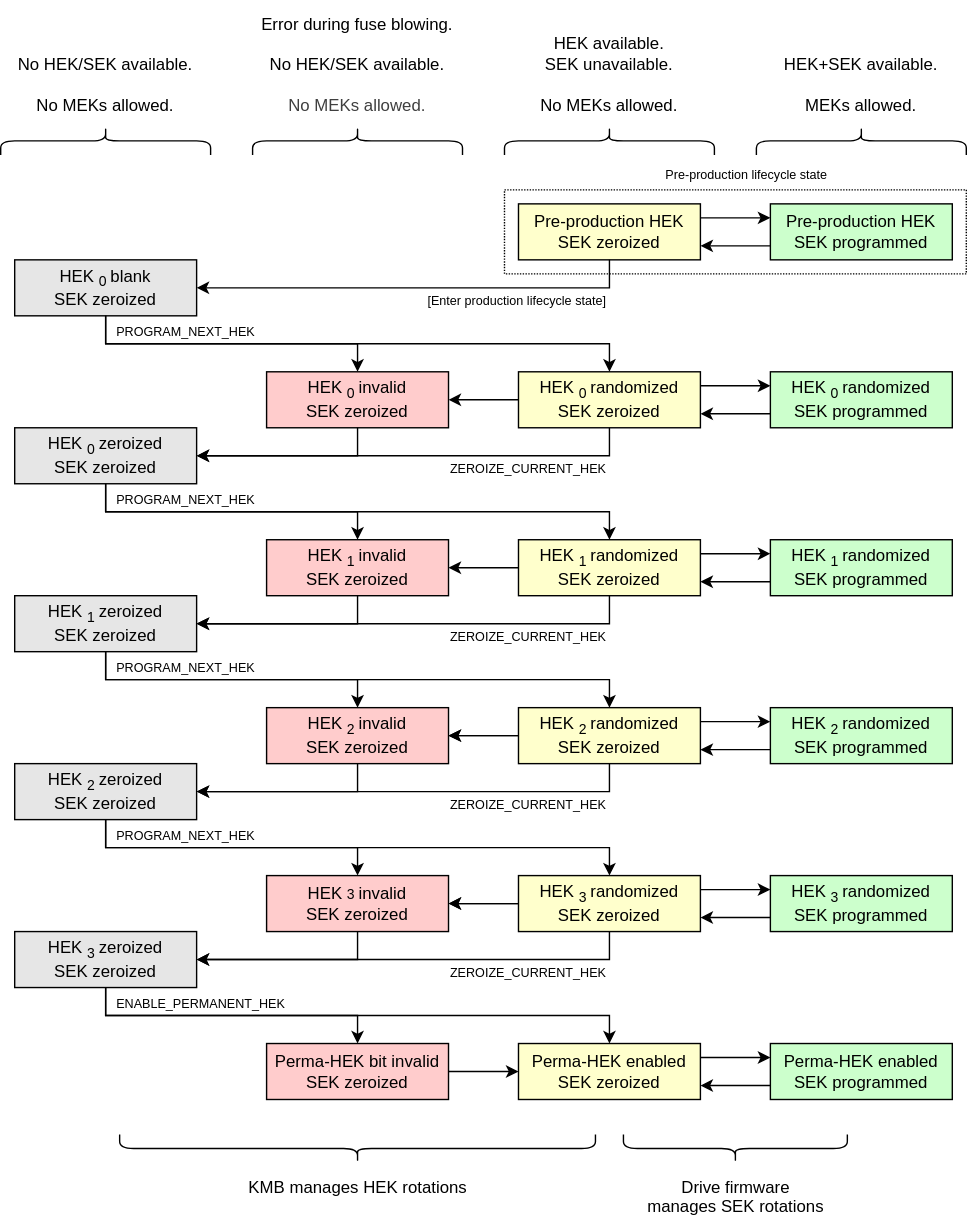
The draw.io diagram doc/ocp_lock/diagrams/hek_sek_rotation.drawio.svg in chipsalliance/Caliptra, before a commit. Source tidied: cells renumbered, new cells last; positions are measured from the earlier drawing's top-left corner, leaving out a move shared by most shapes.
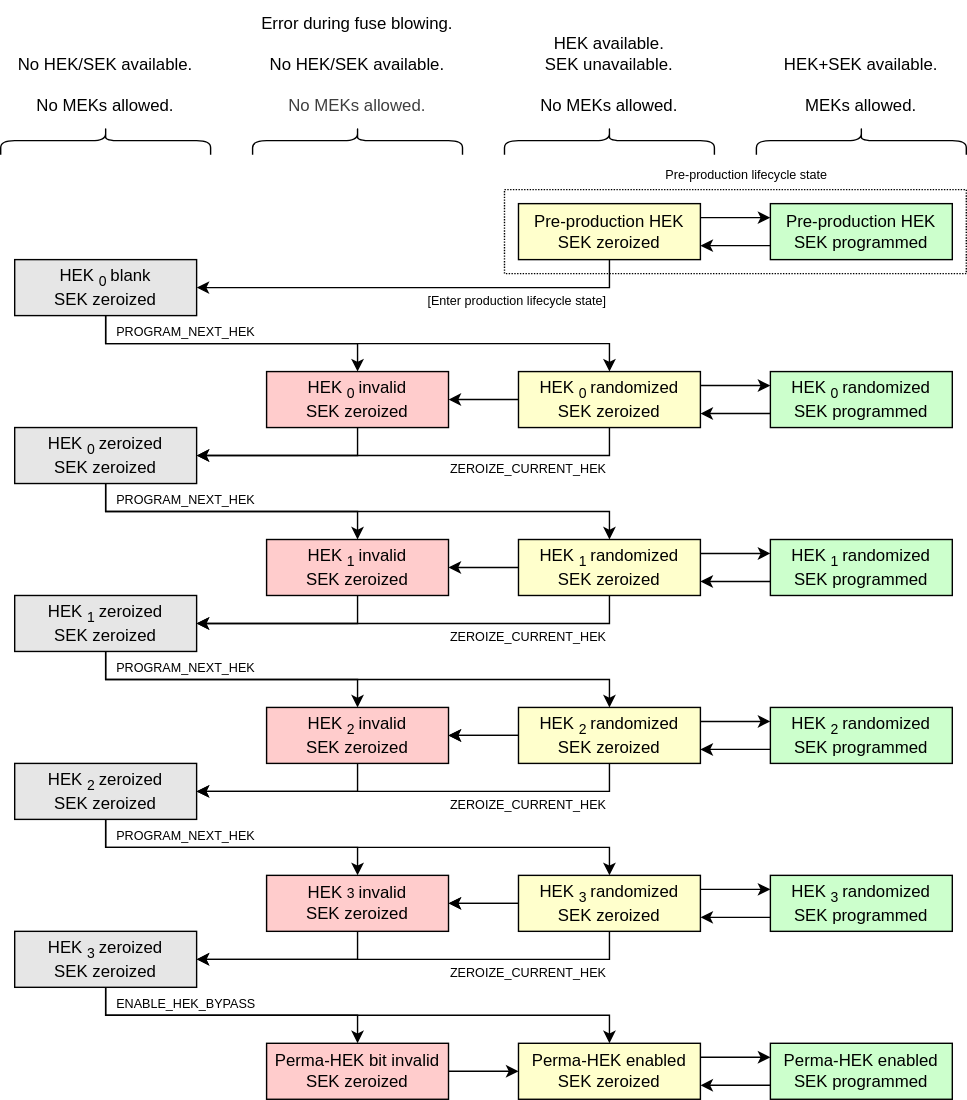
The same file after the commit.

Change to the diagram source:
```diff
@@ -144,7 +144,7 @@
     <mxCell id="37" style="endArrow=classic;html=1;entryX=1;entryY=0.5;entryDx=0;entryDy=0;exitX=0;exitY=0.5;exitDx=0;exitDy=0;startSize=6;endSize=6;" parent="1" edge="1" source="30" target="31">
       <mxGeometry relative="1" as="geometry" />
     </mxCell>
-    <mxCell id="38" value="&lt;div&gt;&lt;font color=&quot;#000000&quot;&gt;Perma-HEK enabled&lt;/font&gt;&lt;/div&gt;&lt;div&gt;&lt;font color=&quot;#000000&quot;&gt;SEK&amp;nbsp;&lt;/font&gt;&lt;span style=&quot;color: rgb(0, 0, 0); background-color: transparent;&quot;&gt;zeroized&lt;/span&gt;&lt;/div&gt;" style="rounded=0;whiteSpace=wrap;html=1;align=center;verticalAlign=middle;shadow=0;glass=0;spacingLeft=0;spacingBottom=0;spacingTop=0;fillColor=#FFFFCC;" parent="1" vertex="1">
+    <mxCell id="38" value="&lt;div&gt;&lt;font color=&quot;#000000&quot;&gt;&lt;span style=&quot;color: rgb(0, 0, 0); background-color: transparent;&quot;&gt;Perma-HEK&lt;/span&gt;&amp;nbsp;enabled&lt;/font&gt;&lt;/div&gt;&lt;div&gt;&lt;font color=&quot;#000000&quot;&gt;SEK&amp;nbsp;&lt;/font&gt;&lt;span style=&quot;color: rgb(0, 0, 0); background-color: transparent;&quot;&gt;zeroized&lt;/span&gt;&lt;/div&gt;" style="rounded=0;whiteSpace=wrap;html=1;align=center;verticalAlign=middle;shadow=0;glass=0;spacingLeft=0;spacingBottom=0;spacingTop=0;fillColor=#FFFFCC;" parent="1" vertex="1">
       <mxGeometry x="370" y="745" width="130" height="40" as="geometry" />
     </mxCell>
     <mxCell id="39" style="edgeStyle=elbowEdgeStyle;elbow=vertical;endArrow=classic;html=1;rounded=0;endSize=6;startSize=6;exitX=0.5;exitY=1;exitDx=0;exitDy=0;entryX=0.5;entryY=0;entryDx=0;entryDy=0;" parent="1" edge="1" source="32" target="38">
@@ -168,7 +168,7 @@
     <mxCell id="45" value="&lt;div&gt;&lt;font color=&quot;#000000&quot;&gt;HEK&lt;sub&gt;3&lt;/sub&gt;&amp;nbsp;&lt;/font&gt;&lt;span style=&quot;color: rgb(0, 0, 0); background-color: transparent;&quot;&gt;randomized&lt;/span&gt;&lt;/div&gt;&lt;div&gt;&lt;font color=&quot;#000000&quot;&gt;SEK&amp;nbsp;&lt;/font&gt;&lt;span style=&quot;color: rgb(0, 0, 0); background-color: transparent;&quot;&gt;programmed&lt;/span&gt;&lt;/div&gt;" style="rounded=0;whiteSpace=wrap;html=1;align=center;verticalAlign=middle;shadow=0;glass=0;spacingLeft=0;spacingBottom=0;spacingTop=0;fillColor=#CCFFCC;" parent="1" vertex="1">
       <mxGeometry x="550" y="625" width="130" height="40" as="geometry" />
     </mxCell>
-    <mxCell id="46" value="&lt;div&gt;&lt;font color=&quot;#000000&quot;&gt;Perma-HEK enabled&lt;/font&gt;&lt;/div&gt;&lt;div&gt;&lt;font color=&quot;#000000&quot;&gt;SEK&amp;nbsp;&lt;/font&gt;&lt;span style=&quot;color: rgb(0, 0, 0); background-color: transparent;&quot;&gt;programmed&lt;/span&gt;&lt;/div&gt;" style="rounded=0;whiteSpace=wrap;html=1;align=center;verticalAlign=middle;shadow=0;glass=0;spacingLeft=0;spacingBottom=0;spacingTop=0;fillColor=#CCFFCC;" parent="1" vertex="1">
+    <mxCell id="46" value="&lt;div&gt;&lt;font color=&quot;#000000&quot;&gt;&lt;span style=&quot;color: rgb(0, 0, 0); background-color: transparent;&quot;&gt;Perma-HEK&lt;/span&gt;&amp;nbsp;enabled&lt;/font&gt;&lt;/div&gt;&lt;div&gt;&lt;font color=&quot;#000000&quot;&gt;SEK&amp;nbsp;&lt;/font&gt;&lt;span style=&quot;color: rgb(0, 0, 0); background-color: transparent;&quot;&gt;programmed&lt;/span&gt;&lt;/div&gt;" style="rounded=0;whiteSpace=wrap;html=1;align=center;verticalAlign=middle;shadow=0;glass=0;spacingLeft=0;spacingBottom=0;spacingTop=0;fillColor=#CCFFCC;" parent="1" vertex="1">
       <mxGeometry x="550" y="745" width="130" height="40" as="geometry" />
     </mxCell>
     <mxCell id="47" value="No HEK/SEK available.&lt;div&gt;&lt;font color=&quot;#000000&quot;&gt;&lt;br&gt;&lt;/font&gt;&lt;div&gt;No MEKs allowed.&lt;/div&gt;&lt;/div&gt;" style="rounded=0;whiteSpace=wrap;html=1;fillColor=none;dashed=1;strokeColor=none;horizontal=1;verticalAlign=bottom;dashPattern=1 2;spacingBottom=6;" parent="1" vertex="1">
@@ -195,18 +195,6 @@
     <mxCell id="54" style="shape=curlyBracket;whiteSpace=wrap;html=1;rounded=1;flipH=1;labelPosition=right;verticalLabelPosition=middle;align=left;verticalAlign=middle;rotation=-90;" parent="1" vertex="1">
       <mxGeometry x="425" y="25" width="20" height="150" as="geometry" />
     </mxCell>
-    <mxCell id="55" value="&lt;div&gt;Drive firmware&lt;/div&gt;&lt;div&gt;manages SEK rotations&lt;/div&gt;" style="rounded=0;whiteSpace=wrap;html=1;fillColor=none;dashed=1;strokeColor=none;horizontal=1;verticalAlign=top;dashPattern=1 2;spacingBottom=0;spacingTop=4;" parent="1" vertex="1">
-      <mxGeometry x="397.5" y="830" width="255" height="40" as="geometry" />
-    </mxCell>
-    <mxCell id="56" value="&lt;div&gt;KMB manages HEK rotations&lt;/div&gt;" style="rounded=0;whiteSpace=wrap;html=1;fillColor=none;dashed=1;strokeColor=none;horizontal=1;verticalAlign=top;dashPattern=1 2;spacingBottom=0;spacingTop=4;" parent="1" vertex="1">
-      <mxGeometry x="127.5" y="830" width="255" height="40" as="geometry" />
-    </mxCell>
-    <mxCell id="57" style="edgeStyle=none;html=1;" parent="1" edge="1">
-      <mxGeometry relative="1" as="geometry">
-        <mxPoint x="594.1" y="810" as="sourcePoint" />
-        <mxPoint x="594.1" y="810" as="targetPoint" />
-      </mxGeometry>
-    </mxCell>
     <mxCell id="58" style="endArrow=classic;html=1;exitX=1;exitY=0.25;exitDx=0;exitDy=0;entryX=0;entryY=0.25;entryDx=0;entryDy=0;startSize=6;endSize=6;" parent="1" edge="1" source="3" target="11">
       <mxGeometry relative="1" as="geometry" />
     </mxCell>
@@ -237,12 +225,6 @@
     <mxCell id="67" style="endArrow=classic;html=1;entryX=0;entryY=0.25;entryDx=0;entryDy=0;exitX=1;exitY=0.25;exitDx=0;exitDy=0;startSize=6;endSize=6;" parent="1" edge="1" source="38" target="46">
       <mxGeometry relative="1" as="geometry" />
     </mxCell>
-    <mxCell id="68" style="shape=curlyBracket;whiteSpace=wrap;html=1;rounded=1;labelPosition=left;verticalLabelPosition=middle;align=right;verticalAlign=middle;rotation=-90;" parent="1" vertex="1">
-      <mxGeometry x="245" y="650" width="20" height="340" as="geometry" />
-    </mxCell>
-    <mxCell id="69" style="shape=curlyBracket;whiteSpace=wrap;html=1;rounded=1;labelPosition=left;verticalLabelPosition=middle;align=right;verticalAlign=middle;rotation=-90;" parent="1" vertex="1">
-      <mxGeometry x="515" y="740" width="20" height="160" as="geometry" />
-    </mxCell>
     <mxCell id="70" value="PROGRAM_NEXT_HEK" style="rounded=0;whiteSpace=wrap;html=1;fillColor=none;dashed=1;strokeColor=none;horizontal=1;verticalAlign=middle;dashPattern=1 2;spacingBottom=0;fontSize=9;align=left;spacingLeft=6;" parent="1" vertex="1">
       <mxGeometry x="75" y="227" width="130" height="20" as="geometry" />
     </mxCell>
@@ -255,7 +237,7 @@
     <mxCell id="73" value="PROGRAM_NEXT_HEK" style="rounded=0;whiteSpace=wrap;html=1;fillColor=none;dashed=1;strokeColor=none;horizontal=1;verticalAlign=middle;dashPattern=1 2;spacingBottom=0;fontSize=9;align=left;spacingLeft=6;" parent="1" vertex="1">
       <mxGeometry x="75" y="587" width="130" height="20" as="geometry" />
     </mxCell>
-    <mxCell id="74" value="ENABLE_PERMANENT_HEK" style="rounded=0;whiteSpace=wrap;html=1;fillColor=none;dashed=1;strokeColor=none;horizontal=1;verticalAlign=middle;dashPattern=1 2;spacingBottom=0;fontSize=9;align=left;spacingLeft=6;" parent="1" vertex="1">
+    <mxCell id="74" value="ENABLE_HEK_BYPASS" style="rounded=0;whiteSpace=wrap;html=1;fillColor=none;dashed=1;strokeColor=none;horizontal=1;verticalAlign=middle;dashPattern=1 2;spacingBottom=0;fontSize=9;align=left;spacingLeft=6;" parent="1" vertex="1">
       <mxGeometry x="75" y="707" width="150" height="20" as="geometry" />
     </mxCell>
     <mxCell id="75" value="ZEROIZE_CURRENT_HEK" style="rounded=0;whiteSpace=wrap;html=1;fillColor=none;dashed=1;strokeColor=none;horizontal=1;verticalAlign=middle;dashPattern=1 2;spacingBottom=0;fontSize=9;align=right;" parent="1" vertex="1">
```
